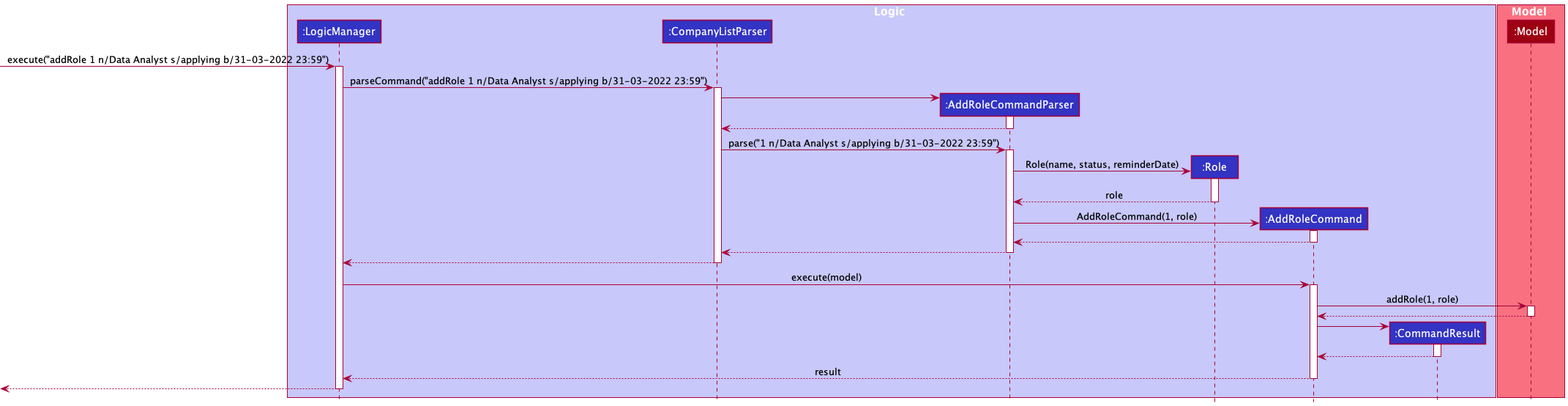
Earlier version of the PlantUML export docs/images/AddRoleSequenceDiagram.png (nus-cs2103-AY2122S2/tp).
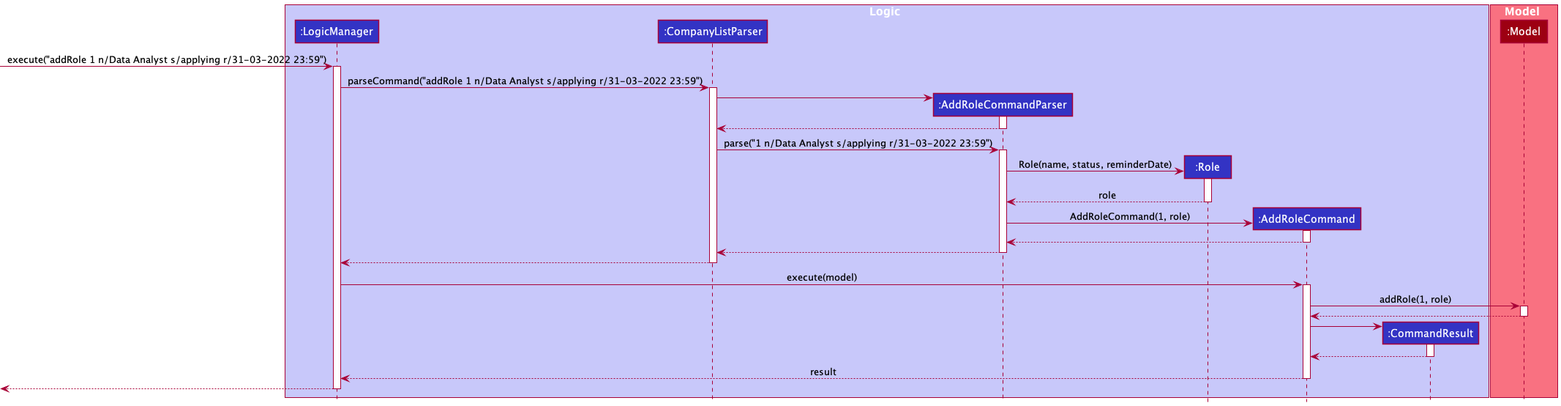
After the commit.

Commit message:
Refactor the use of "b/" prefix for the addRole and editRole commands to "r/"

What changed in the source:
```diff
@@ -14,10 +14,10 @@
 participant ":Model" as Model MODEL_COLOR
 end box
 
-[-> LogicManager : execute("addRole 1 n/Data Analyst s/applying b/31-03-2022 23:59")
+[-> LogicManager : execute("addRole 1 n/Data Analyst s/applying r/31-03-2022 23:59")
 activate LogicManager
 
-LogicManager ->CompanyListParser : parseCommand("addRole 1 n/Data Analyst s/applying b/31-03-2022 23:59")
+LogicManager ->CompanyListParser : parseCommand("addRole 1 n/Data Analyst s/applying r/31-03-2022 23:59")
 activate CompanyListParser
 
 create AddRoleCommandParser
@@ -27,7 +27,7 @@
 AddRoleCommandParser --> CompanyListParser
 deactivate AddRoleCommandParser
 
-CompanyListParser -> AddRoleCommandParser : parse("1 n/Data Analyst s/applying b/31-03-2022 23:59")
+CompanyListParser -> AddRoleCommandParser : parse("1 n/Data Analyst s/applying r/31-03-2022 23:59")
 activate AddRoleCommandParser
 
 create Role
```
